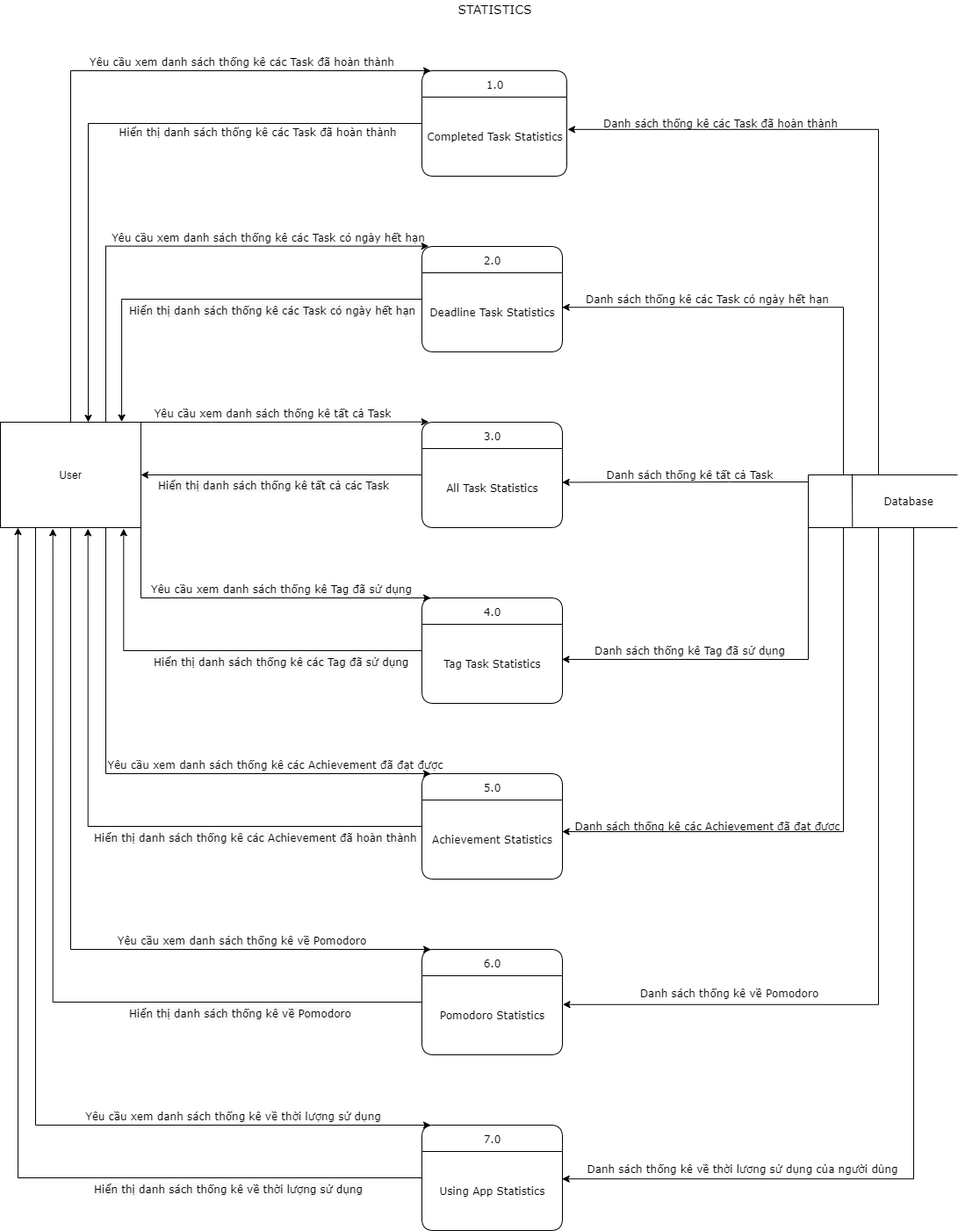
The draw.io diagram ToDoApp-Doc/Document/Diagram/DFD/Statistics/Statistics.png in Merevoli-DatLuu/To-Do-App, before a commit. Source tidied: cells renumbered, new cells last; positions are measured from the earlier drawing's top-left corner, leaving out a move shared by most shapes.
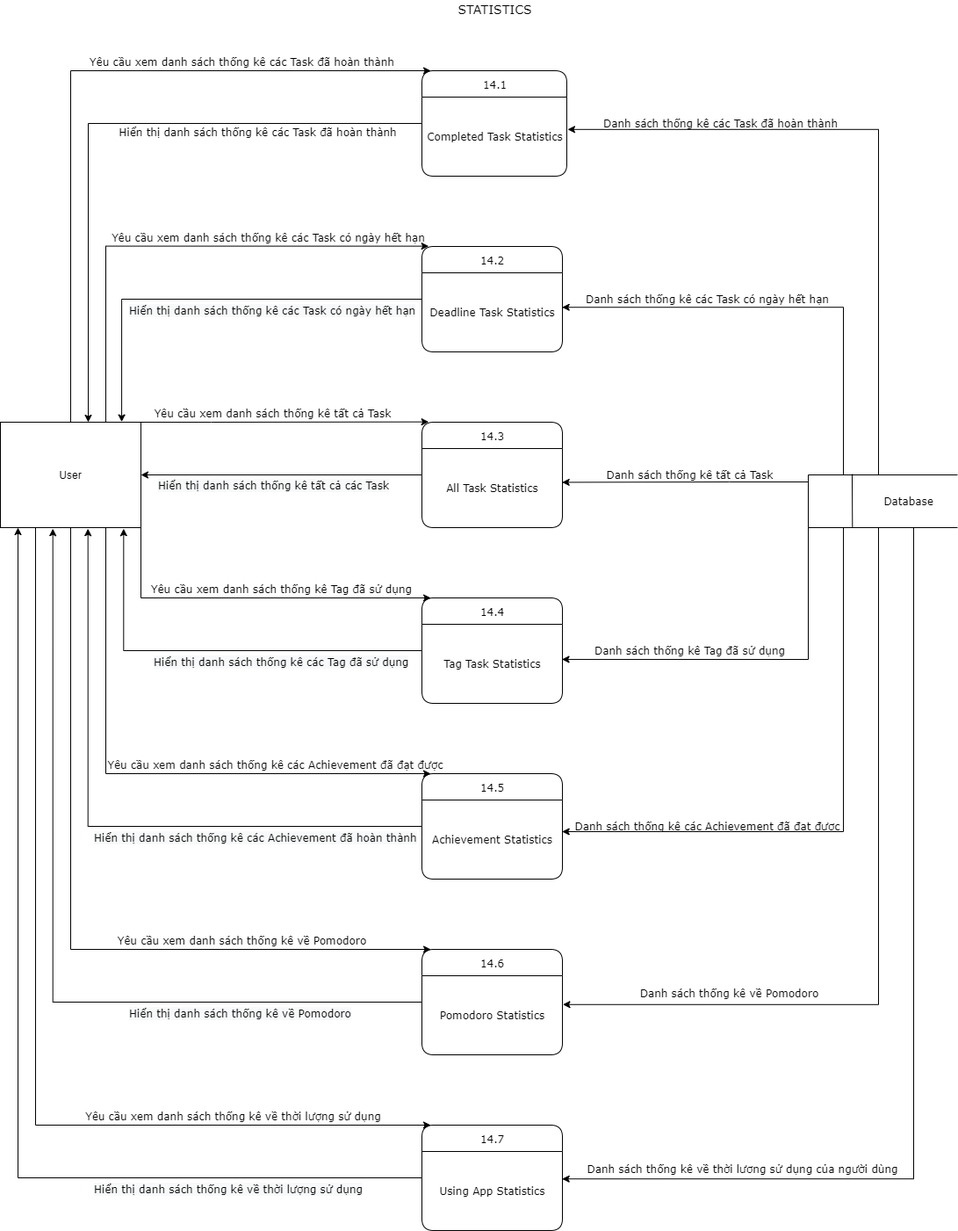
The same diagram one commit later.

Commit message:
[Modified] : Statistics_DFD Image

Change to the diagram source:
```diff
@@ -9,31 +9,31 @@
         </Array>
       </mxGeometry>
     </mxCell>
-    <mxCell id="3" value="&lt;font face=&quot;Verdana&quot; style=&quot;font-size: 12px&quot;&gt;7.0&lt;/font&gt;" style="swimlane;horizontal=1;startSize=30;rounded=1;fontSize=14;fontStyle=0;strokeWidth=1;shadow=0;dashed=0;align=center;html=1;" parent="1" vertex="1">
+    <mxCell id="3" value="&lt;font face=&quot;Verdana&quot; style=&quot;font-size: 12px&quot;&gt;14.7&lt;/font&gt;" style="swimlane;horizontal=1;startSize=30;rounded=1;fontSize=14;fontStyle=0;strokeWidth=1;shadow=0;dashed=0;align=center;html=1;" parent="1" vertex="1">
       <mxGeometry x="480" y="1280" width="160" height="120" as="geometry" />
     </mxCell>
     <mxCell id="4" value="&lt;font face=&quot;Verdana&quot;&gt;Using App Statistics&lt;/font&gt;" style="text;html=1;align=center;verticalAlign=middle;points=[];" parent="3" vertex="1">
       <mxGeometry y="30" width="160" height="90" as="geometry" />
     </mxCell>
-    <mxCell id="5" value="&lt;font face=&quot;Verdana&quot; style=&quot;font-size: 12px&quot;&gt;6.0&lt;/font&gt;" style="swimlane;horizontal=1;startSize=30;rounded=1;fontSize=14;fontStyle=0;strokeWidth=1;shadow=0;dashed=0;align=center;html=1;" parent="1" vertex="1">
+    <mxCell id="5" value="&lt;font face=&quot;Verdana&quot; style=&quot;font-size: 12px&quot;&gt;14.6&lt;/font&gt;" style="swimlane;horizontal=1;startSize=30;rounded=1;fontSize=14;fontStyle=0;strokeWidth=1;shadow=0;dashed=0;align=center;html=1;" parent="1" vertex="1">
       <mxGeometry x="480" y="1080" width="160" height="120" as="geometry" />
     </mxCell>
     <mxCell id="6" value="&lt;font face=&quot;Verdana&quot;&gt;Pomodoro Statistics&lt;/font&gt;" style="text;html=1;align=center;verticalAlign=middle;points=[];" parent="5" vertex="1">
       <mxGeometry y="30" width="160" height="90" as="geometry" />
     </mxCell>
-    <mxCell id="7" value="&lt;font face=&quot;Verdana&quot; style=&quot;font-size: 12px&quot;&gt;5.0&lt;/font&gt;" style="swimlane;horizontal=1;startSize=30;rounded=1;fontSize=14;fontStyle=0;strokeWidth=1;shadow=0;dashed=0;align=center;html=1;" parent="1" vertex="1">
+    <mxCell id="7" value="&lt;font face=&quot;Verdana&quot; style=&quot;font-size: 12px&quot;&gt;14.5&lt;/font&gt;" style="swimlane;horizontal=1;startSize=30;rounded=1;fontSize=14;fontStyle=0;strokeWidth=1;shadow=0;dashed=0;align=center;html=1;" parent="1" vertex="1">
       <mxGeometry x="480" y="880" width="160" height="120" as="geometry" />
     </mxCell>
     <mxCell id="8" value="&lt;font face=&quot;Verdana&quot;&gt;Achievement Statistics&lt;/font&gt;" style="text;html=1;align=center;verticalAlign=middle;points=[];" parent="7" vertex="1">
       <mxGeometry y="30" width="160" height="90" as="geometry" />
     </mxCell>
-    <mxCell id="9" value="&lt;font face=&quot;Verdana&quot; style=&quot;font-size: 12px&quot;&gt;4.0&lt;/font&gt;" style="swimlane;horizontal=1;startSize=30;rounded=1;fontSize=14;fontStyle=0;strokeWidth=1;shadow=0;dashed=0;align=center;html=1;" parent="1" vertex="1">
+    <mxCell id="9" value="&lt;font face=&quot;Verdana&quot; style=&quot;font-size: 12px&quot;&gt;14.4&lt;/font&gt;" style="swimlane;horizontal=1;startSize=30;rounded=1;fontSize=14;fontStyle=0;strokeWidth=1;shadow=0;dashed=0;align=center;html=1;" parent="1" vertex="1">
       <mxGeometry x="480" y="680" width="160" height="120" as="geometry" />
     </mxCell>
     <mxCell id="10" value="&lt;font face=&quot;Verdana&quot; style=&quot;font-size: 12px&quot;&gt;Tag Task Statistics&lt;/font&gt;" style="text;html=1;align=center;verticalAlign=middle;points=[];" parent="9" vertex="1">
       <mxGeometry y="30" width="160" height="90" as="geometry" />
     </mxCell>
-    <mxCell id="11" value="&lt;font style=&quot;font-size: 12px&quot; face=&quot;Verdana&quot;&gt;3.0&lt;/font&gt;" style="swimlane;horizontal=1;startSize=30;rounded=1;fontSize=14;fontStyle=0;strokeWidth=1;shadow=0;dashed=0;align=center;html=1;" parent="1" vertex="1">
+    <mxCell id="11" value="&lt;font style=&quot;font-size: 12px&quot; face=&quot;Verdana&quot;&gt;14.3&lt;/font&gt;" style="swimlane;horizontal=1;startSize=30;rounded=1;fontSize=14;fontStyle=0;strokeWidth=1;shadow=0;dashed=0;align=center;html=1;" parent="1" vertex="1">
       <mxGeometry x="480" y="480" width="160" height="120" as="geometry" />
     </mxCell>
     <mxCell id="12" value="&lt;font face=&quot;Verdana&quot;&gt;All Task Statistics&lt;/font&gt;" style="text;html=1;align=center;verticalAlign=middle;points=[];" parent="11" vertex="1">
@@ -46,13 +46,13 @@
         </Array>
       </mxGeometry>
     </mxCell>
-    <mxCell id="14" value="&lt;font face=&quot;Verdana&quot; style=&quot;font-size: 12px&quot;&gt;2.0&lt;/font&gt;" style="swimlane;horizontal=1;startSize=30;rounded=1;fontSize=14;fontStyle=0;strokeWidth=1;shadow=0;dashed=0;align=center;html=1;" parent="1" vertex="1">
+    <mxCell id="14" value="&lt;font face=&quot;Verdana&quot; style=&quot;font-size: 12px&quot;&gt;14.2&lt;/font&gt;" style="swimlane;horizontal=1;startSize=30;rounded=1;fontSize=14;fontStyle=0;strokeWidth=1;shadow=0;dashed=0;align=center;html=1;" parent="1" vertex="1">
       <mxGeometry x="480" y="280" width="160" height="120" as="geometry" />
     </mxCell>
     <mxCell id="15" value="&lt;font face=&quot;Verdana&quot;&gt;Deadline Task Statistics&lt;/font&gt;" style="text;html=1;align=center;verticalAlign=middle;points=[];" parent="14" vertex="1">
       <mxGeometry y="30" width="160" height="90" as="geometry" />
     </mxCell>
-    <mxCell id="16" value="&lt;font face=&quot;Verdana&quot; style=&quot;font-size: 12px&quot;&gt;1.0&lt;/font&gt;" style="swimlane;horizontal=1;startSize=30;rounded=1;fontSize=14;fontStyle=0;strokeWidth=1;shadow=0;dashed=0;align=center;html=1;" parent="1" vertex="1">
+    <mxCell id="16" value="&lt;font face=&quot;Verdana&quot; style=&quot;font-size: 12px&quot;&gt;14.1&lt;/font&gt;" style="swimlane;horizontal=1;startSize=30;rounded=1;fontSize=14;fontStyle=0;strokeWidth=1;shadow=0;dashed=0;align=center;html=1;" parent="1" vertex="1">
       <mxGeometry x="480" y="80" width="165" height="120" as="geometry" />
     </mxCell>
     <mxCell id="17" value="&lt;font face=&quot;Verdana&quot; style=&quot;font-size: 12px&quot;&gt;Completed Task Statistics&lt;/font&gt;" style="text;html=1;align=center;verticalAlign=middle;points=[];" parent="16" vertex="1">
```
